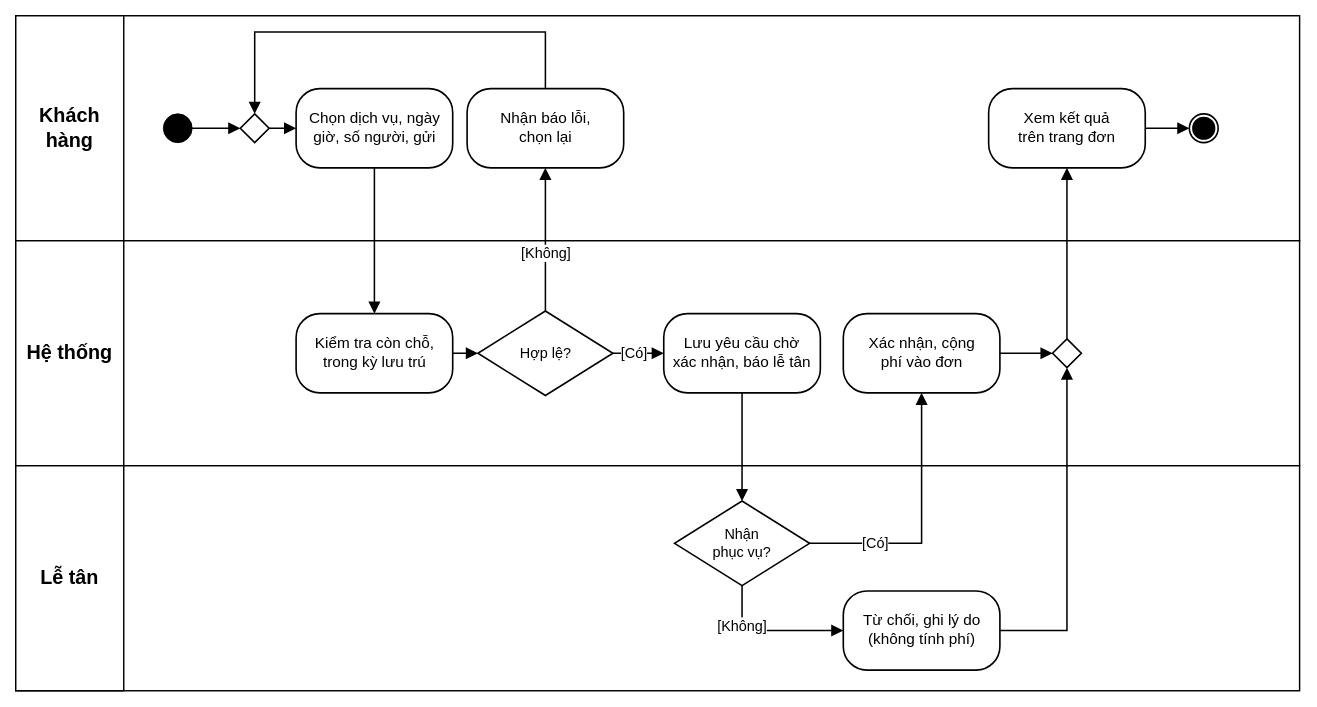
ngynquchn2511/beach-hotel keeps this draw.io diagram as docs/slide/hd-dat-dich-vu.drawio. Above is the earlier version. Source tidied: cells renumbered, new cells numbered last; positions are measured from the earlier drawing's top-left corner, leaving out a move shared by most shapes. Both pictures are drawn from the tidied source at 90%, with x=0, y=0 at pixel (15, 15).
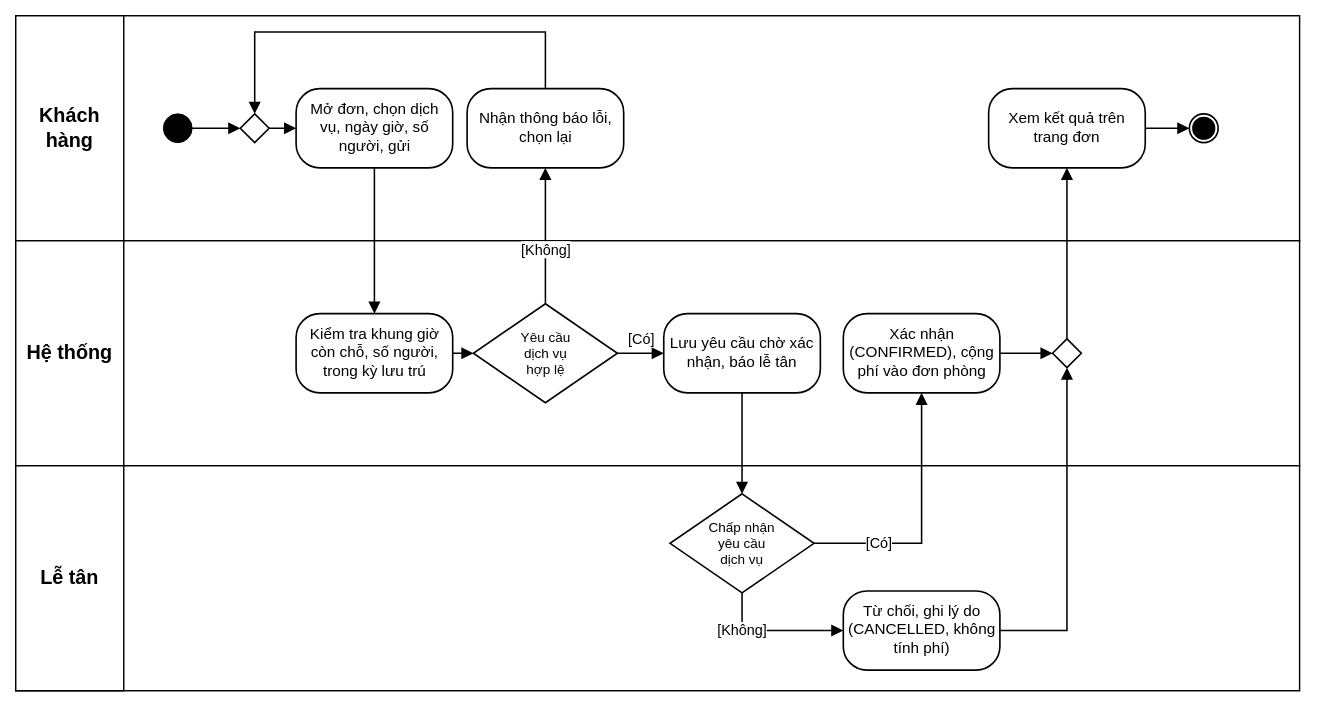
The same diagram, later.

Diff of the diagram source:
```diff
@@
-    <mxCell id="9" style="fontFamily=Arial;fontColor=#000000;rhombus;whiteSpace=wrap;html=1;fillColor=#FFFFFF;strokeColor=#000000;strokeWidth=1.8;fontSize=16;" parent="1" vertex="1">
+    <mxCell id="9" style="fontFamily=Arial;fontColor=#000000;rhombus;whiteSpace=wrap;html=1;fillColor=#FFFFFF;strokeColor=#000000;strokeWidth=1.8;fontSize=15;" parent="1" vertex="1">
       <mxGeometry x="249.5" y="109" width="32" height="32" as="geometry" />
     </mxCell>
-    <mxCell id="10" value="Chọn dịch vụ, ngày&lt;br&gt;giờ, số người, gửi" style="fontFamily=Arial;fontColor=#000000;rounded=1;whiteSpace=wrap;html=1;arcSize=30;fillColor=#FFFFFF;strokeColor=#000000;strokeWidth=1.8;fontSize=17;spacing=4;" parent="1" vertex="1">
+    <mxCell id="10" value="Mở đơn, chọn dịch vụ, ngày giờ, số người, gửi" style="fontFamily=Arial;fontColor=#000000;rounded=1;whiteSpace=wrap;html=1;arcSize=30;fillColor=#FFFFFF;strokeColor=#000000;strokeWidth=1.8;fontSize=17;spacing=4;" parent="1" vertex="1">
       <mxGeometry x="311.5" y="81" width="174" height="88" as="geometry" />
     </mxCell>
-    <mxCell id="11" value="Kiểm tra còn chỗ,&lt;br&gt;trong kỳ lưu trú" style="fontFamily=Arial;fontColor=#000000;rounded=1;whiteSpace=wrap;html=1;arcSize=30;fillColor=#FFFFFF;strokeColor=#000000;strokeWidth=1.8;fontSize=17;spacing=4;" parent="1" vertex="1">
+    <mxCell id="11" value="Kiểm tra khung giờ còn chỗ, số người, trong kỳ lưu trú" style="fontFamily=Arial;fontColor=#000000;rounded=1;whiteSpace=wrap;html=1;arcSize=30;fillColor=#FFFFFF;strokeColor=#000000;strokeWidth=1.8;fontSize=17;spacing=4;" parent="1" vertex="1">
       <mxGeometry x="311.5" y="331" width="174" height="88" as="geometry" />
     </mxCell>
-    <mxCell id="12" value="Hợp lệ?" style="fontFamily=Arial;fontColor=#000000;rhombus;whiteSpace=wrap;html=1;fillColor=#FFFFFF;strokeColor=#000000;strokeWidth=1.8;fontSize=16;" parent="1" vertex="1">
-      <mxGeometry x="513.5" y="328" width="150" height="94" as="geometry" />
+    <mxCell id="12" value="Yêu cầu&lt;br&gt;dịch vụ&lt;br&gt;hợp lệ" style="fontFamily=Arial;fontColor=#000000;rhombus;whiteSpace=wrap;html=1;fillColor=#FFFFFF;strokeColor=#000000;strokeWidth=1.8;fontSize=15;" parent="1" vertex="1">
+      <mxGeometry x="508.5" y="320" width="160" height="110" as="geometry" />
     </mxCell>
-    <mxCell id="13" value="Nhận báo lỗi,&lt;br&gt;chọn lại" style="fontFamily=Arial;fontColor=#000000;rounded=1;whiteSpace=wrap;html=1;arcSize=30;fillColor=#FFFFFF;strokeColor=#000000;strokeWidth=1.8;fontSize=17;spacing=4;" parent="1" vertex="1">
+    <mxCell id="13" value="Nhận thông báo lỗi, chọn lại" style="fontFamily=Arial;fontColor=#000000;rounded=1;whiteSpace=wrap;html=1;arcSize=30;fillColor=#FFFFFF;strokeColor=#000000;strokeWidth=1.8;fontSize=17;spacing=4;" parent="1" vertex="1">
       <mxGeometry x="501.5" y="81" width="174" height="88" as="geometry" />
     </mxCell>
-    <mxCell id="14" value="Lưu yêu cầu chờ&lt;br&gt;xác nhận, báo lễ tân" style="fontFamily=Arial;fontColor=#000000;rounded=1;whiteSpace=wrap;html=1;arcSize=30;fillColor=#FFFFFF;strokeColor=#000000;strokeWidth=1.8;fontSize=17;spacing=4;" parent="1" vertex="1">
+    <mxCell id="14" value="Lưu yêu cầu chờ xác nhận, báo lễ tân" style="fontFamily=Arial;fontColor=#000000;rounded=1;whiteSpace=wrap;html=1;arcSize=30;fillColor=#FFFFFF;strokeColor=#000000;strokeWidth=1.8;fontSize=17;spacing=4;" parent="1" vertex="1">
       <mxGeometry x="720" y="331" width="174" height="88" as="geometry" />
     </mxCell>
-    <mxCell id="15" value="Nhận&lt;br&gt;phục vụ?" style="fontFamily=Arial;fontColor=#000000;rhombus;whiteSpace=wrap;html=1;fillColor=#FFFFFF;strokeColor=#000000;strokeWidth=1.8;fontSize=16;" parent="1" vertex="1">
-      <mxGeometry x="732" y="539.2" width="150" height="94" as="geometry" />
+    <mxCell id="15" value="Chấp nhận&lt;br&gt;yêu cầu&lt;br&gt;dịch vụ" style="fontFamily=Arial;fontColor=#000000;rhombus;whiteSpace=wrap;html=1;fillColor=#FFFFFF;strokeColor=#000000;strokeWidth=1.8;fontSize=15;" parent="1" vertex="1">
+      <mxGeometry x="727" y="531.2" width="160" height="110" as="geometry" />
     </mxCell>
-    <mxCell id="16" value="Xác nhận, cộng&lt;br&gt;phí vào đơn" style="fontFamily=Arial;fontColor=#000000;rounded=1;whiteSpace=wrap;html=1;arcSize=30;fillColor=#FFFFFF;strokeColor=#000000;strokeWidth=1.8;fontSize=17;spacing=4;" parent="1" vertex="1">
+    <mxCell id="16" value="Xác nhận (CONFIRMED), cộng phí vào đơn phòng" style="fontFamily=Arial;fontColor=#000000;rounded=1;whiteSpace=wrap;html=1;arcSize=30;fillColor=#FFFFFF;strokeColor=#000000;strokeWidth=1.8;fontSize=17;spacing=4;" parent="1" vertex="1">
       <mxGeometry x="919.5" y="331" width="174" height="88" as="geometry" />
     </mxCell>
-    <mxCell id="17" value="Từ chối, ghi lý do&lt;br&gt;(không tính phí)" style="fontFamily=Arial;fontColor=#000000;rounded=1;whiteSpace=wrap;html=1;arcSize=30;fillColor=#FFFFFF;strokeColor=#000000;strokeWidth=1.8;fontSize=17;spacing=4;" parent="1" vertex="1">
+    <mxCell id="17" value="Từ chối, ghi lý do (CANCELLED, không tính phí)" style="fontFamily=Arial;fontColor=#000000;rounded=1;whiteSpace=wrap;html=1;arcSize=30;fillColor=#FFFFFF;strokeColor=#000000;strokeWidth=1.8;fontSize=17;spacing=4;" parent="1" vertex="1">
       <mxGeometry x="919.5" y="639.1" width="174" height="88" as="geometry" />
     </mxCell>
-    <mxCell id="18" style="fontFamily=Arial;fontColor=#000000;rhombus;whiteSpace=wrap;html=1;fillColor=#FFFFFF;strokeColor=#000000;strokeWidth=1.8;fontSize=16;" parent="1" vertex="1">
+    <mxCell id="18" style="fontFamily=Arial;fontColor=#000000;rhombus;whiteSpace=wrap;html=1;fillColor=#FFFFFF;strokeColor=#000000;strokeWidth=1.8;fontSize=15;" parent="1" vertex="1">
       <mxGeometry x="1152" y="359" width="32" height="32" as="geometry" />
     </mxCell>
-    <mxCell id="19" value="Xem kết quả&lt;br&gt;trên trang đơn" style="fontFamily=Arial;fontColor=#000000;rounded=1;whiteSpace=wrap;html=1;arcSize=30;fillColor=#FFFFFF;strokeColor=#000000;strokeWidth=1.8;fontSize=17;spacing=4;" parent="1" vertex="1">
+    <mxCell id="19" value="Xem kết quả trên trang đơn" style="fontFamily=Arial;fontColor=#000000;rounded=1;whiteSpace=wrap;html=1;arcSize=30;fillColor=#FFFFFF;strokeColor=#000000;strokeWidth=1.8;fontSize=17;spacing=4;" parent="1" vertex="1">
       <mxGeometry x="1081" y="81" width="174" height="88" as="geometry" />
     </mxCell>
@@
     <mxCell id="27" value="[Có]" style="fontFamily=Arial;fontColor=#000000;edgeStyle=orthogonalEdgeStyle;rounded=0;html=1;endArrow=block;endFill=1;endSize=9;strokeColor=#000000;strokeWidth=1.7;fontSize=16;labelBackgroundColor=#FFFFFF;exitX=1;exitY=0.5;exitDx=0;exitDy=0;entryX=0;entryY=0.5;entryDx=0;entryDy=0;" parent="1" edge="1" source="12" target="14">
-      <mxGeometry x="-0.2" relative="1" as="geometry" />
+      <mxGeometry relative="1" as="geometry">
+        <mxPoint y="-16" as="offset" />
+      </mxGeometry>
     </mxCell>
```
